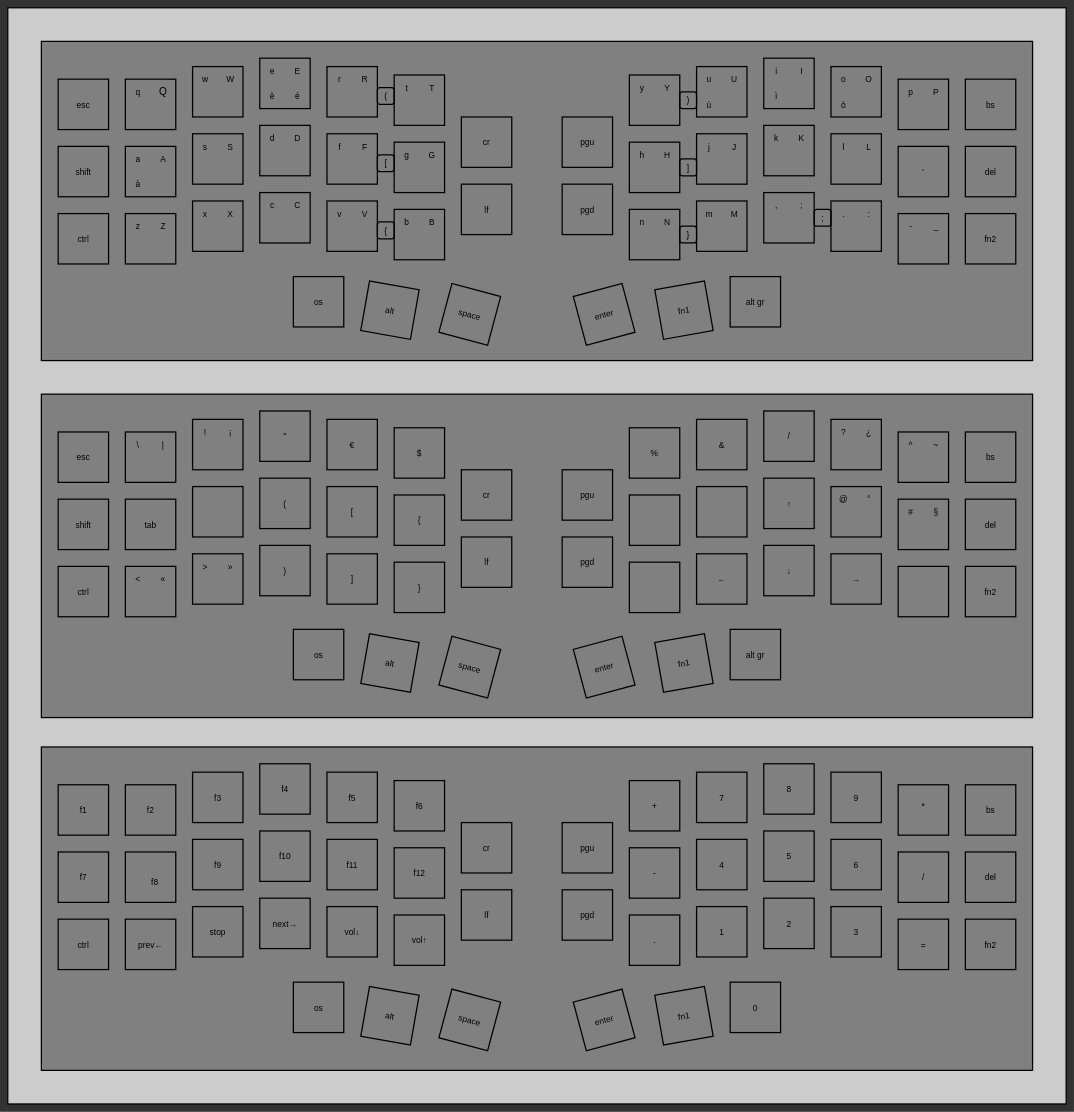
This is layout.dio from dellarosciagiorgio/crkbd, a draw.io file, before an edit. Source tidied: cells renumbered, new cells numbered last; positions are measured from the earlier drawing's top-left corner, leaving out a move shared by most shapes. Both pictures are drawn from the tidied source at 42%, with x=0, y=0 at pixel (8, 8).
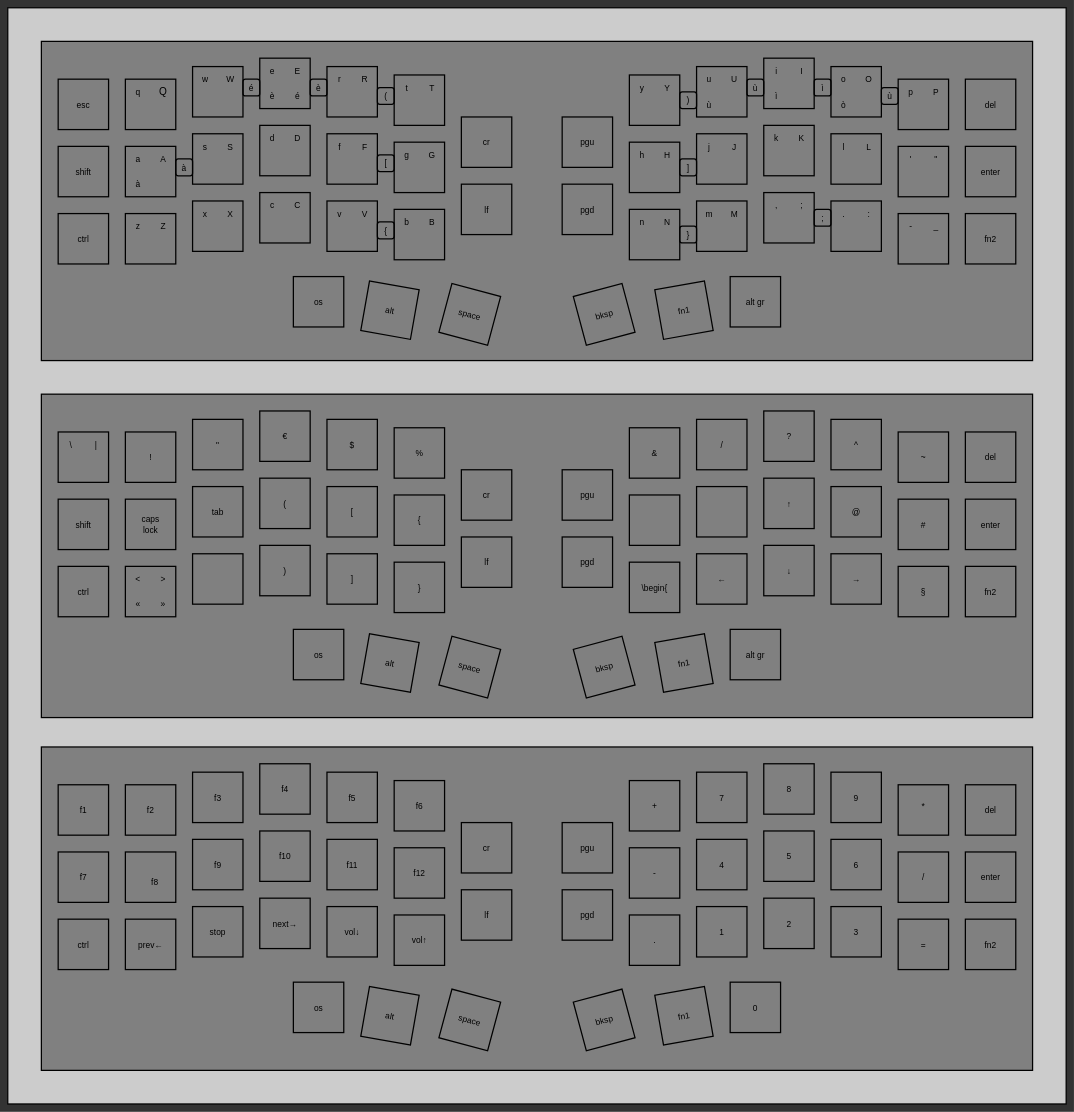
Above is the later version.

Change to the diagram source:
```diff
@@
-    <mxCell id="187" value="&lt;font style=&quot;font-size: 20px; color: rgb(0, 0, 0);&quot;&gt;enter&lt;/font&gt;" style="text;html=1;strokeColor=none;fillColor=none;align=center;verticalAlign=middle;whiteSpace=wrap;rounded=0;strokeWidth=1;fontFamily=Cascadia Code;fontColor=default;rotation=-15;" parent="1" vertex="1">
+    <mxCell id="187" value="&lt;font style=&quot;font-size: 20px; color: rgb(0, 0, 0);&quot;&gt;bksp&lt;/font&gt;" style="text;html=1;strokeColor=none;fillColor=none;align=center;verticalAlign=middle;whiteSpace=wrap;rounded=0;strokeWidth=1;fontFamily=Cascadia Code;fontColor=default;rotation=-15;" parent="1" vertex="1">
       <mxGeometry x="1390" y="700" width="60" height="60" as="geometry" />
     </mxCell>
@@
-    <mxCell id="225" value="&lt;font style=&quot;font-size: 20px; color: rgb(0, 0, 0);&quot;&gt;del&lt;/font&gt;" style="text;html=1;strokeColor=none;fillColor=none;align=center;verticalAlign=middle;whiteSpace=wrap;rounded=0;strokeWidth=1;fontFamily=Cascadia Code;fontColor=default;rotation=0;" parent="1" vertex="1">
+    <mxCell id="225" value="&lt;font style=&quot;font-size: 20px; color: rgb(0, 0, 0);&quot;&gt;enter&lt;/font&gt;" style="text;html=1;strokeColor=none;fillColor=none;align=center;verticalAlign=middle;whiteSpace=wrap;rounded=0;strokeWidth=1;fontFamily=Cascadia Code;fontColor=default;rotation=0;" parent="1" vertex="1">
       <mxGeometry x="2310" y="360" width="60" height="60" as="geometry" />
     </mxCell>
@@
-    <mxCell id="235" value="&lt;font style=&quot;font-size: 20px; color: rgb(0, 0, 0);&quot;&gt;bs&lt;/font&gt;" style="text;html=1;strokeColor=none;fillColor=none;align=center;verticalAlign=middle;whiteSpace=wrap;rounded=0;strokeWidth=1;fontFamily=Cascadia Code;fontColor=default;rotation=0;" parent="1" vertex="1">
+    <mxCell id="235" value="&lt;font style=&quot;font-size: 20px; color: rgb(0, 0, 0);&quot;&gt;del&lt;/font&gt;" style="text;html=1;strokeColor=none;fillColor=none;align=center;verticalAlign=middle;whiteSpace=wrap;rounded=0;strokeWidth=1;fontFamily=Cascadia Code;fontColor=default;rotation=0;" parent="1" vertex="1">
       <mxGeometry x="2310" y="200" width="60" height="60" as="geometry" />
     </mxCell>
     <mxCell id="236" value="&lt;font style=&quot;font-size: 20px; color: rgb(0, 0, 0);&quot;&gt;'&lt;/font&gt;" style="text;html=1;strokeColor=none;fillColor=none;align=center;verticalAlign=middle;whiteSpace=wrap;rounded=0;strokeWidth=1;fontFamily=Cascadia Code;fontColor=default;rotation=0;" parent="1" vertex="1">
-      <mxGeometry x="2150" y="360" width="60" height="60" as="geometry" />
+      <mxGeometry x="2120" y="330" width="60" height="60" as="geometry" />
     </mxCell>
@@
-    <mxCell id="242" value="&lt;font style=&quot;font-size: 20px; color: rgb(0, 0, 0);&quot;&gt;enter&lt;/font&gt;" style="text;html=1;strokeColor=none;fillColor=none;align=center;verticalAlign=middle;whiteSpace=wrap;rounded=0;strokeWidth=1;fontFamily=Cascadia Code;fontColor=default;rotation=-15;" parent="1" vertex="1">
+    <mxCell id="242" value="&lt;font style=&quot;font-size: 20px; color: rgb(0, 0, 0);&quot;&gt;bksp&lt;/font&gt;" style="text;html=1;strokeColor=none;fillColor=none;align=center;verticalAlign=middle;whiteSpace=wrap;rounded=0;strokeWidth=1;fontFamily=Cascadia Code;fontColor=default;rotation=-15;" parent="1" vertex="1">
       <mxGeometry x="1390" y="1540" width="60" height="60" as="geometry" />
     </mxCell>
@@
-    <mxCell id="249" value="&lt;font style=&quot;font-size: 20px; color: rgb(0, 0, 0);&quot;&gt;bs&lt;/font&gt;" style="text;html=1;strokeColor=none;fillColor=none;align=center;verticalAlign=middle;whiteSpace=wrap;rounded=0;strokeWidth=1;fontFamily=Cascadia Code;fontColor=default;rotation=0;" parent="1" vertex="1">
+    <mxCell id="249" value="&lt;font style=&quot;font-size: 20px; color: rgb(0, 0, 0);&quot;&gt;del&lt;/font&gt;" style="text;html=1;strokeColor=none;fillColor=none;align=center;verticalAlign=middle;whiteSpace=wrap;rounded=0;strokeWidth=1;fontFamily=Cascadia Code;fontColor=default;rotation=0;" parent="1" vertex="1">
       <mxGeometry x="2310" y="1040" width="60" height="60" as="geometry" />
     </mxCell>
-    <mxCell id="250" value="&lt;font style=&quot;font-size: 20px; color: rgb(0, 0, 0);&quot;&gt;del&lt;/font&gt;" style="text;html=1;strokeColor=none;fillColor=none;align=center;verticalAlign=middle;whiteSpace=wrap;rounded=0;strokeWidth=1;fontFamily=Cascadia Code;fontColor=default;rotation=0;" parent="1" vertex="1">
+    <mxCell id="250" value="&lt;font style=&quot;font-size: 20px; color: rgb(0, 0, 0);&quot;&gt;enter&lt;/font&gt;" style="text;html=1;strokeColor=none;fillColor=none;align=center;verticalAlign=middle;whiteSpace=wrap;rounded=0;strokeWidth=1;fontFamily=Cascadia Code;fontColor=default;rotation=0;" parent="1" vertex="1">
       <mxGeometry x="2310" y="1200" width="60" height="60" as="geometry" />
     </mxCell>
@@
-    <mxCell id="254" value="&lt;font style=&quot;font-size: 20px; color: rgb(0, 0, 0);&quot;&gt;esc&lt;/font&gt;" style="text;html=1;strokeColor=none;fillColor=none;align=center;verticalAlign=middle;whiteSpace=wrap;rounded=0;strokeWidth=1;fontFamily=Cascadia Code;fontColor=default;" parent="1" vertex="1">
-      <mxGeometry x="150" y="1040" width="60" height="60" as="geometry" />
-    </mxCell>
@@
-    <mxCell id="258" value="&lt;font style=&quot;font-size: 20px; color: rgb(0, 0, 0);&quot;&gt;enter&lt;/font&gt;" style="text;html=1;strokeColor=none;fillColor=none;align=center;verticalAlign=middle;whiteSpace=wrap;rounded=0;strokeWidth=1;fontFamily=Cascadia Code;fontColor=default;rotation=-15;" parent="1" vertex="1">
+    <mxCell id="258" value="&lt;font style=&quot;font-size: 20px; color: rgb(0, 0, 0);&quot;&gt;bksp&lt;/font&gt;" style="text;html=1;strokeColor=none;fillColor=none;align=center;verticalAlign=middle;whiteSpace=wrap;rounded=0;strokeWidth=1;fontFamily=Cascadia Code;fontColor=default;rotation=-15;" parent="1" vertex="1">
       <mxGeometry x="1390" y="2380" width="60" height="60" as="geometry" />
     </mxCell>
@@
-    <mxCell id="265" value="&lt;font style=&quot;font-size: 20px; color: rgb(0, 0, 0);&quot;&gt;bs&lt;/font&gt;" style="text;html=1;strokeColor=none;fillColor=none;align=center;verticalAlign=middle;whiteSpace=wrap;rounded=0;strokeWidth=1;fontFamily=Cascadia Code;fontColor=default;rotation=0;" parent="1" vertex="1">
+    <mxCell id="265" value="&lt;font style=&quot;font-size: 20px; color: rgb(0, 0, 0);&quot;&gt;del&lt;/font&gt;" style="text;html=1;strokeColor=none;fillColor=none;align=center;verticalAlign=middle;whiteSpace=wrap;rounded=0;strokeWidth=1;fontFamily=Cascadia Code;fontColor=default;rotation=0;" parent="1" vertex="1">
       <mxGeometry x="2310" y="1880" width="60" height="60" as="geometry" />
     </mxCell>
-    <mxCell id="266" value="&lt;font style=&quot;font-size: 20px; color: rgb(0, 0, 0);&quot;&gt;del&lt;/font&gt;" style="text;html=1;strokeColor=none;fillColor=none;align=center;verticalAlign=middle;whiteSpace=wrap;rounded=0;strokeWidth=1;fontFamily=Cascadia Code;fontColor=default;rotation=0;" parent="1" vertex="1">
+    <mxCell id="266" value="&lt;font style=&quot;font-size: 20px; color: rgb(0, 0, 0);&quot;&gt;enter&lt;/font&gt;" style="text;html=1;strokeColor=none;fillColor=none;align=center;verticalAlign=middle;whiteSpace=wrap;rounded=0;strokeWidth=1;fontFamily=Cascadia Code;fontColor=default;rotation=0;" parent="1" vertex="1">
       <mxGeometry x="2310" y="2040" width="60" height="60" as="geometry" />
     </mxCell>
@@
     <mxCell id="301" value="&lt;font style=&quot;font-size: 20px; color: rgb(0, 0, 0);&quot;&gt;tab&lt;/font&gt;" style="text;html=1;strokeColor=none;fillColor=none;align=center;verticalAlign=middle;whiteSpace=wrap;rounded=0;strokeWidth=1;fontFamily=Cascadia Code;fontColor=default;" parent="1" vertex="1">
-      <mxGeometry x="310" y="1200" width="60" height="60" as="geometry" />
+      <mxGeometry x="470" y="1170" width="60" height="60" as="geometry" />
     </mxCell>
     <mxCell id="302" value="&lt;font style=&quot;font-size: 20px; color: rgb(0, 0, 0);&quot;&gt;\&lt;/font&gt;" style="text;html=1;strokeColor=none;fillColor=none;align=center;verticalAlign=middle;whiteSpace=wrap;rounded=0;strokeWidth=1;fontFamily=Cascadia Code;fontColor=default;" parent="1" vertex="1">
-      <mxGeometry x="280" y="1010" width="60" height="60" as="geometry" />
+      <mxGeometry x="120" y="1010" width="60" height="60" as="geometry" />
     </mxCell>
     <mxCell id="303" value="&lt;font style=&quot;font-size: 20px; color: rgb(0, 0, 0);&quot;&gt;|&lt;/font&gt;" style="text;html=1;strokeColor=none;fillColor=none;align=center;verticalAlign=middle;whiteSpace=wrap;rounded=0;strokeWidth=1;fontFamily=Cascadia Code;fontColor=default;" parent="1" vertex="1">
-      <mxGeometry x="340" y="1010" width="60" height="60" as="geometry" />
+      <mxGeometry x="180" y="1010" width="60" height="60" as="geometry" />
     </mxCell>
     <mxCell id="304" value="&lt;font style=&quot;font-size: 20px; color: rgb(0, 0, 0);&quot;&gt;!&lt;/font&gt;" style="text;html=1;strokeColor=none;fillColor=none;align=center;verticalAlign=middle;whiteSpace=wrap;rounded=0;strokeWidth=1;fontFamily=Cascadia Code;fontColor=default;" parent="1" vertex="1">
-      <mxGeometry x="440" y="980" width="60" height="60" as="geometry" />
+      <mxGeometry x="310" y="1040" width="60" height="60" as="geometry" />
     </mxCell>
-    <mxCell id="305" value="&lt;font style=&quot;font-size: 20px; color: rgb(0, 0, 0);&quot;&gt;¡&lt;/font&gt;" style="text;html=1;strokeColor=none;fillColor=none;align=center;verticalAlign=middle;whiteSpace=wrap;rounded=0;strokeWidth=1;fontFamily=Cascadia Code;fontColor=default;" parent="1" vertex="1">
-      <mxGeometry x="500" y="980" width="60" height="60" as="geometry" />
-    </mxCell>
     <mxCell id="306" value="&lt;font style=&quot;font-size: 20px; color: rgb(0, 0, 0);&quot;&gt;&quot;&lt;/font&gt;" style="text;html=1;strokeColor=none;fillColor=none;align=center;verticalAlign=middle;whiteSpace=wrap;rounded=0;strokeWidth=1;fontFamily=Cascadia Code;fontColor=default;" parent="1" vertex="1">
-      <mxGeometry x="630" y="990" width="60" height="60" as="geometry" />
+      <mxGeometry x="470" y="1010" width="60" height="60" as="geometry" />
     </mxCell>
     <mxCell id="307" value="&lt;font style=&quot;font-size: 20px; color: rgb(0, 0, 0);&quot;&gt;€&lt;/font&gt;" style="text;html=1;strokeColor=none;fillColor=none;align=center;verticalAlign=middle;whiteSpace=wrap;rounded=0;strokeWidth=1;fontFamily=Cascadia Code;fontColor=default;" parent="1" vertex="1">
-      <mxGeometry x="790" y="1010" width="60" height="60" as="geometry" />
+      <mxGeometry x="630" y="990" width="60" height="60" as="geometry" />
     </mxCell>
     <mxCell id="308" value="&lt;font style=&quot;font-size: 20px; color: rgb(0, 0, 0);&quot;&gt;$&lt;/font&gt;" style="text;html=1;strokeColor=none;fillColor=none;align=center;verticalAlign=middle;whiteSpace=wrap;rounded=0;strokeWidth=1;fontFamily=Cascadia Code;fontColor=default;" parent="1" vertex="1">
-      <mxGeometry x="950" y="1030" width="60" height="60" as="geometry" />
+      <mxGeometry x="790" y="1010" width="60" height="60" as="geometry" />
     </mxCell>
     <mxCell id="309" value="&lt;font style=&quot;font-size: 20px; color: rgb(0, 0, 0);&quot;&gt;%&lt;/font&gt;" style="text;html=1;strokeColor=none;fillColor=none;align=center;verticalAlign=middle;whiteSpace=wrap;rounded=0;strokeWidth=1;fontFamily=Cascadia Code;fontColor=default;" parent="1" vertex="1">
-      <mxGeometry x="1510" y="1030" width="60" height="60" as="geometry" />
+      <mxGeometry x="950" y="1030" width="60" height="60" as="geometry" />
     </mxCell>
     <mxCell id="310" value="&lt;font style=&quot;font-size: 20px; color: rgb(0, 0, 0);&quot;&gt;&amp;amp;&lt;/font&gt;" style="text;html=1;strokeColor=none;fillColor=none;align=center;verticalAlign=middle;whiteSpace=wrap;rounded=0;strokeWidth=1;fontFamily=Cascadia Code;fontColor=default;" parent="1" vertex="1">
-      <mxGeometry x="1670" y="1010" width="60" height="60" as="geometry" />
+      <mxGeometry x="1510" y="1030" width="60" height="60" as="geometry" />
     </mxCell>
     <mxCell id="311" value="&lt;font style=&quot;font-size: 20px; color: rgb(0, 0, 0);&quot;&gt;/&lt;/font&gt;" style="text;html=1;strokeColor=none;fillColor=none;align=center;verticalAlign=middle;whiteSpace=wrap;rounded=0;strokeWidth=1;fontFamily=Cascadia Code;fontColor=default;" parent="1" vertex="1">
-      <mxGeometry x="1830" y="990" width="60" height="60" as="geometry" />
+      <mxGeometry x="1670" y="1010" width="60" height="60" as="geometry" />
     </mxCell>
@@
     <mxCell id="323" value="&lt;font style=&quot;font-size: 20px; color: rgb(0, 0, 0);&quot;&gt;«&lt;/font&gt;" style="text;html=1;strokeColor=none;fillColor=none;align=center;verticalAlign=middle;whiteSpace=wrap;rounded=0;strokeWidth=1;fontFamily=Cascadia Code;fontColor=default;" parent="1" vertex="1">
-      <mxGeometry x="340" y="1330" width="60" height="60" as="geometry" />
+      <mxGeometry x="280" y="1390" width="60" height="60" as="geometry" />
     </mxCell>
     <mxCell id="324" value="&lt;font style=&quot;font-size: 20px; color: rgb(0, 0, 0);&quot;&gt;&amp;gt;&lt;/font&gt;" style="text;html=1;strokeColor=none;fillColor=none;align=center;verticalAlign=middle;whiteSpace=wrap;rounded=0;strokeWidth=1;fontFamily=Cascadia Code;fontColor=default;" parent="1" vertex="1">
-      <mxGeometry x="440" y="1300" width="60" height="60" as="geometry" />
+      <mxGeometry x="340" y="1330" width="60" height="60" as="geometry" />
     </mxCell>
     <mxCell id="325" value="&lt;font style=&quot;font-size: 20px; color: rgb(0, 0, 0);&quot;&gt;»&lt;/font&gt;" style="text;html=1;strokeColor=none;fillColor=none;align=center;verticalAlign=middle;whiteSpace=wrap;rounded=0;strokeWidth=1;fontFamily=Cascadia Code;fontColor=default;" parent="1" vertex="1">
-      <mxGeometry x="500" y="1300" width="60" height="60" as="geometry" />
+      <mxGeometry x="340" y="1390" width="60" height="60" as="geometry" />
     </mxCell>
     <mxCell id="326" value="&lt;font style=&quot;font-size: 20px; color: rgb(0, 0, 0);&quot;&gt;^&lt;/font&gt;" style="text;html=1;strokeColor=none;fillColor=none;align=center;verticalAlign=middle;whiteSpace=wrap;rounded=0;strokeWidth=1;fontFamily=Cascadia Code;fontColor=default;" parent="1" vertex="1">
-      <mxGeometry x="2120" y="1010" width="60" height="60" as="geometry" />
+      <mxGeometry x="1990" y="1010" width="60" height="60" as="geometry" />
     </mxCell>
     <mxCell id="327" value="&lt;font style=&quot;font-size: 20px; color: rgb(0, 0, 0);&quot;&gt;~&lt;/font&gt;" style="text;html=1;strokeColor=none;fillColor=none;align=center;verticalAlign=middle;whiteSpace=wrap;rounded=0;strokeWidth=1;fontFamily=Cascadia Code;fontColor=default;" parent="1" vertex="1">
-      <mxGeometry x="2180" y="1010" width="60" height="60" as="geometry" />
+      <mxGeometry x="2150" y="1040" width="60" height="60" as="geometry" />
     </mxCell>
     <mxCell id="328" value="&lt;font style=&quot;font-size: 20px; color: rgb(0, 0, 0);&quot;&gt;?&lt;/font&gt;" style="text;html=1;strokeColor=none;fillColor=none;align=center;verticalAlign=middle;whiteSpace=wrap;rounded=0;strokeWidth=1;fontFamily=Cascadia Code;fontColor=default;" parent="1" vertex="1">
-      <mxGeometry x="1960" y="980" width="60" height="60" as="geometry" />
+      <mxGeometry x="1830" y="990" width="60" height="60" as="geometry" />
     </mxCell>
-    <mxCell id="329" value="&lt;font style=&quot;font-size: 20px; color: rgb(0, 0, 0);&quot;&gt;¿&lt;/font&gt;" style="text;html=1;strokeColor=none;fillColor=none;align=center;verticalAlign=middle;whiteSpace=wrap;rounded=0;strokeWidth=1;fontFamily=Cascadia Code;fontColor=default;" parent="1" vertex="1">
-      <mxGeometry x="2020" y="980" width="60" height="60" as="geometry" />
-    </mxCell>
     <mxCell id="330" value="&lt;font style=&quot;font-size: 20px; color: rgb(0, 0, 0);&quot;&gt;@&lt;/font&gt;" style="text;html=1;strokeColor=none;fillColor=none;align=center;verticalAlign=middle;whiteSpace=wrap;rounded=0;strokeWidth=1;fontFamily=Cascadia Code;fontColor=default;" parent="1" vertex="1">
-      <mxGeometry x="1960" y="1140" width="60" height="60" as="geometry" />
+      <mxGeometry x="1990" y="1170" width="60" height="60" as="geometry" />
     </mxCell>
     <mxCell id="331" value="&lt;font style=&quot;font-size: 20px; color: rgb(0, 0, 0);&quot;&gt;#&lt;/font&gt;" style="text;html=1;strokeColor=none;fillColor=none;align=center;verticalAlign=middle;whiteSpace=wrap;rounded=0;strokeWidth=1;fontFamily=Cascadia Code;fontColor=default;" parent="1" vertex="1">
-      <mxGeometry x="2120" y="1170" width="60" height="60" as="geometry" />
+      <mxGeometry x="2150" y="1200" width="60" height="60" as="geometry" />
     </mxCell>
     <mxCell id="332" value="&lt;font style=&quot;font-size: 20px; color: rgb(0, 0, 0);&quot;&gt;§&lt;/font&gt;" style="text;html=1;strokeColor=none;fillColor=none;align=center;verticalAlign=middle;whiteSpace=wrap;rounded=0;strokeWidth=1;fontFamily=Cascadia Code;fontColor=default;" parent="1" vertex="1">
-      <mxGeometry x="2180" y="1170" width="60" height="60" as="geometry" />
+      <mxGeometry x="2150" y="1360" width="60" height="60" as="geometry" />
     </mxCell>
-    <mxCell id="333" value="&lt;font style=&quot;font-size: 20px; color: rgb(0, 0, 0);&quot;&gt;°&lt;/font&gt;" style="text;html=1;strokeColor=none;fillColor=none;align=center;verticalAlign=middle;whiteSpace=wrap;rounded=0;strokeWidth=1;fontFamily=Cascadia Code;fontColor=default;" parent="1" vertex="1">
-      <mxGeometry x="2020" y="1140" width="60" height="60" as="geometry" />
-    </mxCell>
+    <mxCell id="334" value="&lt;font style=&quot;font-size: 20px; color: rgb(0, 0, 0);&quot;&gt;&quot;&lt;/font&gt;" style="text;html=1;strokeColor=none;fillColor=none;align=center;verticalAlign=middle;whiteSpace=wrap;rounded=0;strokeWidth=1;fontFamily=Cascadia Code;fontColor=default;rotation=0;" parent="1" vertex="1">
+      <mxGeometry x="2180" y="330" width="60" height="60" as="geometry" />
+    </mxCell>
+    <mxCell id="335" style="rounded=1;whiteSpace=wrap;html=1;strokeColor=#000000;strokeWidth=3;fillColor=none;fontColor=default;" parent="1" vertex="1">
+      <mxGeometry x="560" y="170" width="40" height="40" as="geometry" />
+    </mxCell>
+    <mxCell id="336" value="&lt;font style=&quot;font-size: 20px; color: rgb(0, 0, 0);&quot;&gt;é&lt;/font&gt;" style="text;html=1;strokeColor=none;fillColor=none;align=center;verticalAlign=middle;whiteSpace=wrap;rounded=0;strokeWidth=1;fontFamily=Cascadia Code;fontColor=default;" parent="1" vertex="1">
+      <mxGeometry x="570" y="180" width="20" height="20" as="geometry" />
+    </mxCell>
+    <mxCell id="337" style="rounded=1;whiteSpace=wrap;html=1;strokeColor=#000000;strokeWidth=3;fillColor=none;fontColor=default;" parent="1" vertex="1">
+      <mxGeometry x="720" y="170" width="40" height="40" as="geometry" />
+    </mxCell>
+    <mxCell id="338" value="&lt;font style=&quot;font-size: 20px; color: rgb(0, 0, 0);&quot;&gt;è&lt;/font&gt;" style="text;html=1;strokeColor=none;fillColor=none;align=center;verticalAlign=middle;whiteSpace=wrap;rounded=0;strokeWidth=1;fontFamily=Cascadia Code;fontColor=default;" parent="1" vertex="1">
+      <mxGeometry x="730" y="180" width="20" height="20" as="geometry" />
+    </mxCell>
+    <mxCell id="339" style="rounded=1;whiteSpace=wrap;html=1;strokeColor=#000000;strokeWidth=3;fillColor=none;fontColor=default;" parent="1" vertex="1">
+      <mxGeometry x="400" y="360" width="40" height="40" as="geometry" />
+    </mxCell>
+    <mxCell id="340" value="&lt;font style=&quot;font-size: 20px; color: rgb(0, 0, 0);&quot;&gt;à&lt;/font&gt;" style="text;html=1;strokeColor=none;fillColor=none;align=center;verticalAlign=middle;whiteSpace=wrap;rounded=0;strokeWidth=1;fontFamily=Cascadia Code;fontColor=default;" parent="1" vertex="1">
+      <mxGeometry x="410" y="370" width="20" height="20" as="geometry" />
+    </mxCell>
+    <mxCell id="341" style="rounded=1;whiteSpace=wrap;html=1;strokeColor=#000000;strokeWidth=3;fillColor=none;fontColor=default;" parent="1" vertex="1">
+      <mxGeometry x="1760" y="170" width="40" height="40" as="geometry" />
+    </mxCell>
+    <mxCell id="342" value="&lt;font style=&quot;font-size: 20px; color: rgb(0, 0, 0);&quot;&gt;ù&lt;/font&gt;" style="text;html=1;strokeColor=none;fillColor=none;align=center;verticalAlign=middle;whiteSpace=wrap;rounded=0;strokeWidth=1;fontFamily=Cascadia Code;fontColor=default;" parent="1" vertex="1">
+      <mxGeometry x="1770" y="180" width="20" height="20" as="geometry" />
+    </mxCell>
+    <mxCell id="343" style="rounded=1;whiteSpace=wrap;html=1;strokeColor=#000000;strokeWidth=3;fillColor=none;fontColor=default;" parent="1" vertex="1">
+      <mxGeometry x="1920" y="170" width="40" height="40" as="geometry" />
+    </mxCell>
+    <mxCell id="344" value="&lt;font style=&quot;font-size: 20px; color: rgb(0, 0, 0);&quot;&gt;ì&lt;/font&gt;" style="text;html=1;strokeColor=none;fillColor=none;align=center;verticalAlign=middle;whiteSpace=wrap;rounded=0;strokeWidth=1;fontFamily=Cascadia Code;fontColor=default;" parent="1" vertex="1">
+      <mxGeometry x="1930" y="180" width="20" height="20" as="geometry" />
+    </mxCell>
+    <mxCell id="345" style="rounded=1;whiteSpace=wrap;html=1;strokeColor=#000000;strokeWidth=3;fillColor=none;fontColor=default;" parent="1" vertex="1">
+      <mxGeometry x="2080" y="190" width="40" height="40" as="geometry" />
+    </mxCell>
+    <mxCell id="346" value="&lt;font style=&quot;font-size: 20px; color: rgb(0, 0, 0);&quot;&gt;ù&lt;/font&gt;" style="text;html=1;strokeColor=none;fillColor=none;align=center;verticalAlign=middle;whiteSpace=wrap;rounded=0;strokeWidth=1;fontFamily=Cascadia Code;fontColor=default;" parent="1" vertex="1">
+      <mxGeometry x="2090" y="200" width="20" height="20" as="geometry" />
+    </mxCell>
+    <mxCell id="347" value="&lt;font style=&quot;font-size: 20px; color: rgb(0, 0, 0);&quot;&gt;\begin{&lt;/font&gt;" style="text;html=1;strokeColor=none;fillColor=none;align=center;verticalAlign=middle;whiteSpace=wrap;rounded=0;strokeWidth=1;fontFamily=Cascadia Code;fontColor=default;" parent="1" vertex="1">
+      <mxGeometry x="1510" y="1350" width="60" height="60" as="geometry" />
+    </mxCell>
+    <mxCell id="348" value="&lt;font style=&quot;font-size: 20px; color: rgb(0, 0, 0);&quot;&gt;caps lock&lt;/font&gt;" style="text;html=1;strokeColor=none;fillColor=none;align=center;verticalAlign=middle;whiteSpace=wrap;rounded=0;strokeWidth=1;fontFamily=Cascadia Code;fontColor=default;" parent="1" vertex="1">
+      <mxGeometry x="310" y="1200" width="60" height="60" as="geometry" />
+    </mxCell>
```
